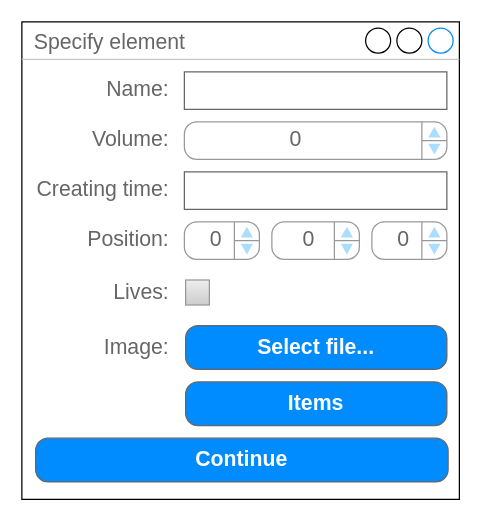
This is page "Element window" (8 of 11) of Lab8_Programming.drawio from ProgMiner/Lab_Programming, a draw.io file, before an edit. Source tidied: cells renumbered, new cells numbered last; positions are measured from the earlier drawing's top-left corner, leaving out a move shared by most shapes. Both pictures are drawn from the tidied source at 125%, with x=0, y=0 at pixel (21, 21).
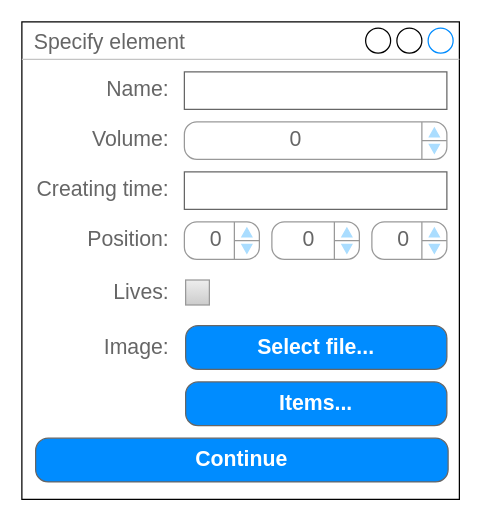
Above is the later version.

Change to the diagram source:
```diff
@@
 <mxGraphModel>
   <root>
     <mxCell id="0" />
     <mxCell id="1" parent="0" />
     <mxCell id="2" value="Specify element" style="strokeWidth=1;shadow=0;dashed=0;align=center;html=1;shape=mxgraph.mockup.containers.window;align=left;verticalAlign=top;spacingLeft=8;strokeColor2=#008cff;strokeColor3=#c4c4c4;fontColor=#666666;fillColor=#ffffff;mainText=;fontSize=17;labelBackgroundColor=none;" parent="1" vertex="1">
       <mxGeometry width="350" height="382" as="geometry" />
     </mxCell>
     <mxCell id="3" value="Select file..." style="strokeWidth=1;shadow=0;dashed=0;align=center;html=1;shape=mxgraph.mockup.buttons.button;strokeColor=#666666;fontColor=#ffffff;mainText=;buttonStyle=round;fontSize=17;fontStyle=1;fillColor=#008cff;whiteSpace=wrap;" parent="1" vertex="1">
       <mxGeometry x="131" y="243" width="209" height="35" as="geometry" />
     </mxCell>
     <mxCell id="4" style="strokeWidth=1;shadow=0;dashed=0;align=center;html=1;shape=mxgraph.mockup.text.textBox;fillColor=#ffffff;fontColor=#666666;align=left;fontSize=17;spacingLeft=4;spacingTop=-3;strokeColor=#666666;mainText=;" parent="1" vertex="1">
       <mxGeometry x="130" y="40" width="210" height="30" as="geometry" />
     </mxCell>
     <mxCell id="5" value="&lt;table cellpadding=&quot;0&quot; cellspacing=&quot;0&quot; style=&quot;width: 100% ; height: 100%&quot;&gt;&lt;tbody&gt;&lt;tr&gt;&lt;td style=&quot;width: 85%&quot;&gt;0&lt;/td&gt;&lt;td style=&quot;width: 15%&quot;&gt;&lt;/td&gt;&lt;/tr&gt;&lt;/tbody&gt;&lt;/table&gt;" style="strokeWidth=1;shadow=0;dashed=0;align=center;html=1;shape=mxgraph.mockup.forms.spinner;strokeColor=#999999;spinLayout=right;spinStyle=normal;adjStyle=triangle;fillColor=#aaddff;fontSize=17;fontColor=#666666;mainText=;html=1;overflow=fill;" parent="1" vertex="1">
       <mxGeometry x="130" y="80" width="210" height="30" as="geometry" />
     </mxCell>
     <mxCell id="6" style="strokeWidth=1;shadow=0;dashed=0;align=center;html=1;shape=mxgraph.mockup.text.textBox;fillColor=#ffffff;fontColor=#666666;align=left;fontSize=17;spacingLeft=4;spacingTop=-3;strokeColor=#666666;mainText=;" parent="1" vertex="1">
       <mxGeometry x="130" y="120" width="210" height="30" as="geometry" />
     </mxCell>
     <mxCell id="7" value="&lt;table cellpadding=&quot;0&quot; cellspacing=&quot;0&quot; style=&quot;width: 100% ; height: 100%&quot;&gt;&lt;tbody&gt;&lt;tr&gt;&lt;td style=&quot;width: 85%&quot;&gt;0&lt;/td&gt;&lt;td style=&quot;width: 15%&quot;&gt;&lt;/td&gt;&lt;/tr&gt;&lt;/tbody&gt;&lt;/table&gt;" style="strokeWidth=1;shadow=0;dashed=0;align=center;html=1;shape=mxgraph.mockup.forms.spinner;strokeColor=#999999;spinLayout=right;spinStyle=normal;adjStyle=triangle;fillColor=#aaddff;fontSize=17;fontColor=#666666;mainText=;html=1;overflow=fill;" parent="1" vertex="1">
       <mxGeometry x="130" y="160" width="60" height="30" as="geometry" />
     </mxCell>
     <mxCell id="8" value="&lt;table cellpadding=&quot;0&quot; cellspacing=&quot;0&quot; style=&quot;width: 100% ; height: 100%&quot;&gt;&lt;tbody&gt;&lt;tr&gt;&lt;td style=&quot;width: 85%&quot;&gt;0&lt;/td&gt;&lt;td style=&quot;width: 15%&quot;&gt;&lt;/td&gt;&lt;/tr&gt;&lt;/tbody&gt;&lt;/table&gt;" style="strokeWidth=1;shadow=0;dashed=0;align=center;html=1;shape=mxgraph.mockup.forms.spinner;strokeColor=#999999;spinLayout=right;spinStyle=normal;adjStyle=triangle;fillColor=#aaddff;fontSize=17;fontColor=#666666;mainText=;html=1;overflow=fill;" parent="1" vertex="1">
       <mxGeometry x="280" y="160" width="60" height="30" as="geometry" />
     </mxCell>
     <mxCell id="9" value="&lt;table cellpadding=&quot;0&quot; cellspacing=&quot;0&quot; style=&quot;width: 100% ; height: 100%&quot;&gt;&lt;tbody&gt;&lt;tr&gt;&lt;td style=&quot;width: 85%&quot;&gt;0&lt;/td&gt;&lt;td style=&quot;width: 15%&quot;&gt;&lt;/td&gt;&lt;/tr&gt;&lt;/tbody&gt;&lt;/table&gt;" style="strokeWidth=1;shadow=0;dashed=0;align=center;html=1;shape=mxgraph.mockup.forms.spinner;strokeColor=#999999;spinLayout=right;spinStyle=normal;adjStyle=triangle;fillColor=#aaddff;fontSize=17;fontColor=#666666;mainText=;html=1;overflow=fill;" parent="1" vertex="1">
       <mxGeometry x="200" y="160" width="70" height="30" as="geometry" />
     </mxCell>
     <mxCell id="10" style="strokeWidth=1;shadow=0;dashed=0;align=right;html=1;shape=mxgraph.mockup.forms.rrect;rSize=0;fillColor=#eeeeee;strokeColor=#999999;gradientColor=#cccccc;align=left;spacingLeft=4;fontSize=17;fontColor=#666666;labelPosition=left;verticalLabelPosition=middle;verticalAlign=middle;textDirection=ltr;" parent="1" vertex="1">
       <mxGeometry x="131" y="206.5" width="19" height="20" as="geometry" />
     </mxCell>
     <mxCell id="11" value="Name:" style="text;html=1;strokeColor=none;fillColor=none;align=right;verticalAlign=middle;whiteSpace=wrap;rounded=0;fontColor=#666666;fontSize=17;" parent="1" vertex="1">
       <mxGeometry x="20" y="45" width="100" height="20" as="geometry" />
     </mxCell>
     <mxCell id="12" value="Volume:" style="text;html=1;strokeColor=none;fillColor=none;align=right;verticalAlign=middle;whiteSpace=wrap;rounded=0;fontColor=#666666;fontSize=17;" parent="1" vertex="1">
       <mxGeometry x="20" y="85" width="100" height="20" as="geometry" />
     </mxCell>
     <mxCell id="13" value="Creating time:" style="text;html=1;strokeColor=none;fillColor=none;align=right;verticalAlign=middle;whiteSpace=wrap;rounded=0;fontColor=#666666;fontSize=17;" parent="1" vertex="1">
       <mxGeometry x="10" y="125" width="110" height="20" as="geometry" />
     </mxCell>
     <mxCell id="14" value="Position:" style="text;html=1;strokeColor=none;fillColor=none;align=right;verticalAlign=middle;whiteSpace=wrap;rounded=0;fontColor=#666666;fontSize=17;" parent="1" vertex="1">
       <mxGeometry x="10" y="165" width="110" height="20" as="geometry" />
     </mxCell>
     <mxCell id="15" value="Lives:" style="text;html=1;strokeColor=none;fillColor=none;align=right;verticalAlign=middle;whiteSpace=wrap;rounded=0;fontColor=#666666;fontSize=17;" parent="1" vertex="1">
       <mxGeometry x="10" y="206.5" width="110" height="20" as="geometry" />
     </mxCell>
     <mxCell id="16" value="Continue" style="strokeWidth=1;shadow=0;dashed=0;align=center;html=1;shape=mxgraph.mockup.buttons.button;strokeColor=#666666;fontColor=#ffffff;mainText=;buttonStyle=round;fontSize=17;fontStyle=1;fillColor=#008cff;whiteSpace=wrap;" parent="1" vertex="1">
       <mxGeometry x="11" y="333" width="330" height="35" as="geometry" />
     </mxCell>
-    <mxCell id="17" value="Items" style="strokeWidth=1;shadow=0;dashed=0;align=center;html=1;shape=mxgraph.mockup.buttons.button;strokeColor=#666666;fontColor=#ffffff;mainText=;buttonStyle=round;fontSize=17;fontStyle=1;fillColor=#008cff;whiteSpace=wrap;" parent="1" vertex="1">
+    <mxCell id="17" value="Items..." style="strokeWidth=1;shadow=0;dashed=0;align=center;html=1;shape=mxgraph.mockup.buttons.button;strokeColor=#666666;fontColor=#ffffff;mainText=;buttonStyle=round;fontSize=17;fontStyle=1;fillColor=#008cff;whiteSpace=wrap;" parent="1" vertex="1">
       <mxGeometry x="131" y="288" width="209" height="35" as="geometry" />
     </mxCell>
     <mxCell id="18" value="Image:" style="text;html=1;strokeColor=none;fillColor=none;align=right;verticalAlign=middle;whiteSpace=wrap;rounded=0;fontColor=#666666;fontSize=17;" parent="1" vertex="1">
       <mxGeometry x="10" y="250.5" width="110" height="20" as="geometry" />
     </mxCell>
   </root>
 </mxGraphModel>
```
